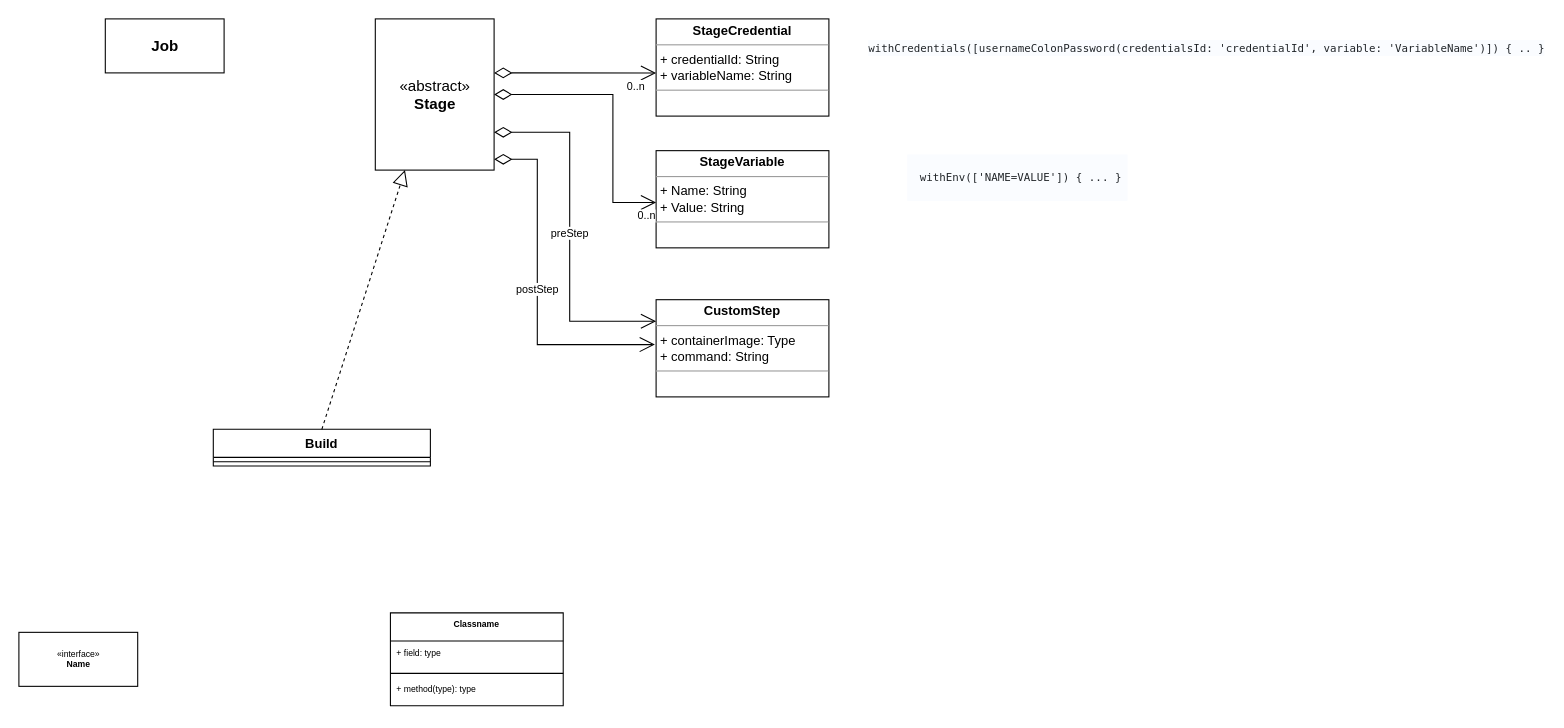
This is design/Untitled Diagram.drawio from holgpar/diagrams, a draw.io file, before an edit. Source tidied: cells renumbered, new cells numbered last; positions are measured from the earlier drawing's top-left corner, leaving out a move shared by most shapes. Both pictures are drawn from the tidied source at 108%, with x=0, y=0 at pixel (18, 18).
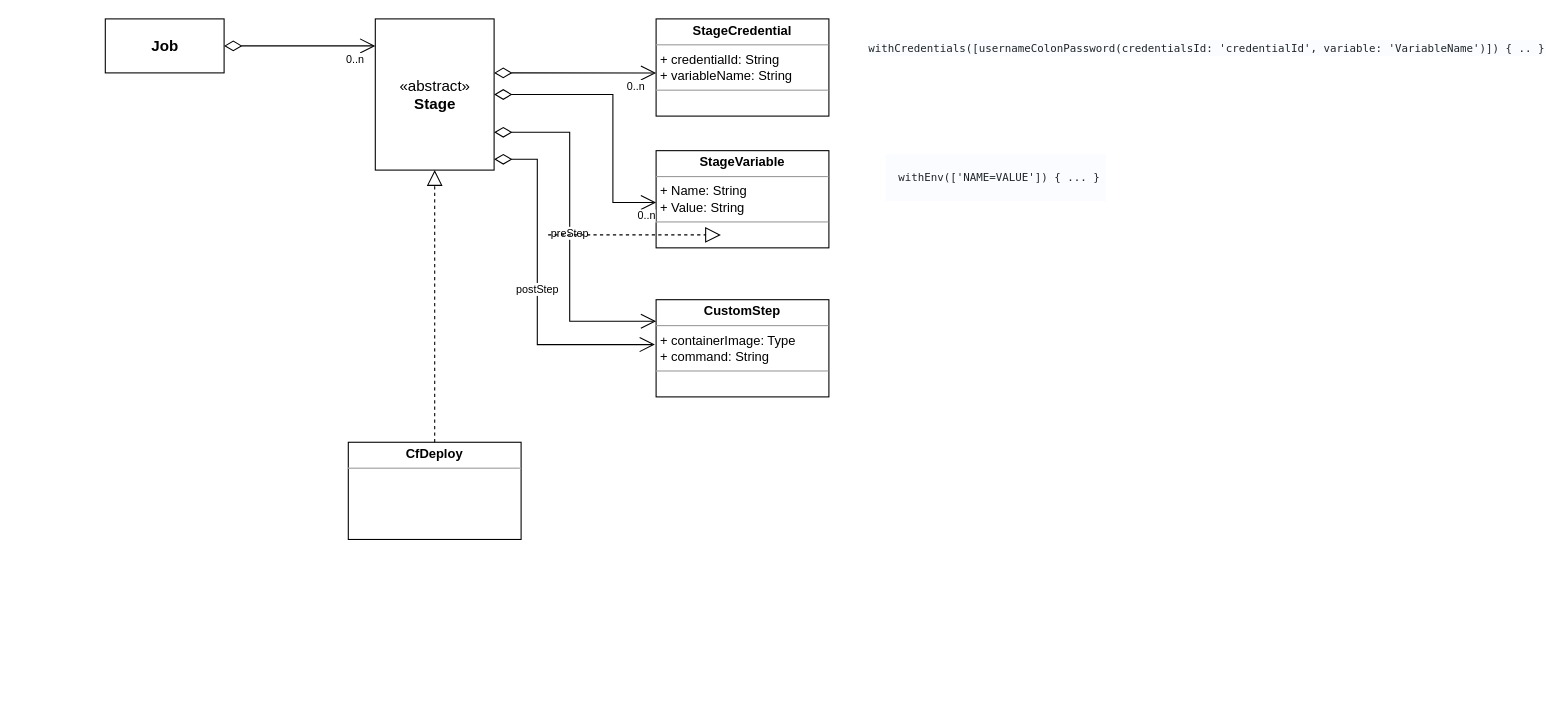
The same diagram, later.

Unchanged cells that the change refers to:
```xml
<mxCell id="11" value="«abstract»&lt;br&gt;&lt;b&gt;Stage&lt;/b&gt;" style="html=1;fontSize=14;fillColor=#FFFFFF;" parent="1" vertex="1">
  <mxGeometry x="330" width="110" height="140" as="geometry" />
</mxCell>
<mxCell id="12" value="&lt;b&gt;Job&lt;/b&gt;" style="html=1;fontSize=14;fillColor=#FFFFFF;" parent="1" vertex="1">
  <mxGeometry x="80" width="110" height="50" as="geometry" />
</mxCell>
```

Diff of the diagram source:
```diff
@@
-    <mxCell id="2" value="Build" style="swimlane;fontStyle=1;align=center;verticalAlign=top;horizontal=1;startSize=26;" parent="1" vertex="1">
-      <mxGeometry x="180" y="380" width="201" height="34" as="geometry" />
-    </mxCell>
-    <mxCell id="3" style="line;strokeWidth=1;fillColor=none;align=left;verticalAlign=middle;spacingTop=-1;spacingLeft=3;spacingRight=3;labelPosition=right;strokeColor=inherit;" parent="2" vertex="1">
-      <mxGeometry y="26" width="201" height="8" as="geometry" />
-    </mxCell>
@@
-    <mxCell id="6" value="Classname" style="swimlane;fontStyle=1;align=center;verticalAlign=top;horizontal=1;startSize=26;fontSize=8;fillColor=#FFFFFF;" parent="1" vertex="1">
-      <mxGeometry x="344" y="550" width="160" height="86" as="geometry" />
-    </mxCell>
-    <mxCell id="7" value="+ field: type" style="text;strokeColor=none;fillColor=none;align=left;verticalAlign=top;spacingLeft=4;spacingRight=4;overflow=hidden;fontSize=8;" parent="6" vertex="1">
-      <mxGeometry y="26" width="160" height="26" as="geometry" />
-    </mxCell>
-    <mxCell id="8" style="line;strokeWidth=1;fillColor=none;align=left;verticalAlign=middle;spacingTop=-1;spacingLeft=3;spacingRight=3;labelPosition=right;strokeColor=inherit;fontSize=8;" parent="6" vertex="1">
-      <mxGeometry y="52" width="160" height="8" as="geometry" />
-    </mxCell>
-    <mxCell id="9" value="+ method(type): type" style="text;strokeColor=none;fillColor=none;align=left;verticalAlign=top;spacingLeft=4;spacingRight=4;overflow=hidden;fontSize=8;" parent="6" vertex="1">
-      <mxGeometry y="60" width="160" height="26" as="geometry" />
-    </mxCell>
-    <mxCell id="10" value="&amp;laquo;interface&amp;raquo;&lt;br&gt;&lt;b&gt;Name&lt;/b&gt;" style="html=1;fontSize=8;fillColor=#FFFFFF;" parent="1" vertex="1">
-      <mxGeometry y="568" width="110" height="50" as="geometry" />
-    </mxCell>
@@
     <mxCell id="14" value="&lt;pre style=&quot;box-sizing: border-box; font-family: SFMono-Regular, Menlo, Monaco, Consolas, &amp;quot;Liberation Mono&amp;quot;, &amp;quot;Courier New&amp;quot;, monospace; margin-top: 0px; margin-bottom: 1rem; overflow: auto; color: rgb(33, 37, 41); text-align: left; background-color: rgb(250, 252, 255);&quot;&gt;&lt;code style=&quot;box-sizing: border-box; font-family: SFMono-Regular, Menlo, Monaco, Consolas, &amp;quot;Liberation Mono&amp;quot;, &amp;quot;Courier New&amp;quot;, monospace; color: inherit; word-break: normal; font-size: 10px;&quot;&gt;&lt;font style=&quot;font-size: 10px;&quot;&gt;&lt;br&gt;  withEnv(['NAME=VALUE']) { ... } &lt;br&gt; &lt;/font&gt;&lt;/code&gt;&lt;/pre&gt;" style="text;html=1;strokeColor=none;fillColor=none;align=center;verticalAlign=middle;whiteSpace=wrap;rounded=0;" parent="1" vertex="1">
-      <mxGeometry x="820" y="140" width="210" height="30" as="geometry" />
+      <mxGeometry x="800" y="140" width="210" height="30" as="geometry" />
     </mxCell>
@@
-    <mxCell id="20" style="endArrow=block;dashed=1;endFill=0;endSize=12;html=1;rounded=0;fontSize=10;entryX=0.25;entryY=1;entryDx=0;entryDy=0;exitX=0.5;exitY=0;exitDx=0;exitDy=0;" parent="1" edge="1" source="2" target="11">
-      <mxGeometry relative="1" as="geometry" />
-    </mxCell>
@@
+    <mxCell id="28" value="&lt;p style=&quot;margin:0px;margin-top:4px;text-align:center;&quot;&gt;&lt;b&gt;CfDeploy&lt;/b&gt;&lt;/p&gt;&lt;hr size=&quot;1&quot;&gt;&lt;p style=&quot;margin:0px;margin-left:4px;&quot;&gt;&lt;br&gt;&lt;/p&gt;&lt;p style=&quot;margin:0px;margin-left:4px;&quot;&gt;&lt;/p&gt;&lt;p style=&quot;margin:0px;margin-left:4px;&quot;&gt;&lt;br&gt;&lt;/p&gt;" style="verticalAlign=top;align=left;overflow=fill;fontSize=12;fontFamily=Helvetica;html=1;fillColor=#FFFFFF;" parent="1" vertex="1">
+      <mxGeometry x="305" y="392" width="160" height="90" as="geometry" />
+    </mxCell>
+    <mxCell id="29" style="endArrow=block;dashed=1;endFill=0;endSize=12;html=1;rounded=0;" parent="1" edge="1">
+      <mxGeometry relative="1" as="geometry">
+        <mxPoint x="490" y="200" as="sourcePoint" />
+        <mxPoint x="650" y="200" as="targetPoint" />
+      </mxGeometry>
+    </mxCell>
+    <mxCell id="30" style="endArrow=block;dashed=1;endFill=0;endSize=12;html=1;rounded=0;entryX=0.5;entryY=1;entryDx=0;entryDy=0;exitX=0.5;exitY=0;exitDx=0;exitDy=0;" parent="1" edge="1" source="28" target="11">
+      <mxGeometry relative="1" as="geometry" />
+    </mxCell>
+    <mxCell id="31" style="endArrow=open;html=1;endSize=12;startArrow=diamondThin;startSize=14;startFill=0;edgeStyle=orthogonalEdgeStyle;rounded=0;fontSize=10;" parent="1" edge="1" source="12">
+      <mxGeometry relative="1" as="geometry">
+        <mxPoint x="330" y="25" as="targetPoint" />
+      </mxGeometry>
+    </mxCell>
+    <mxCell id="32" style="edgeLabel;html=1;align=left;verticalAlign=top;fontSize=10;fillColor=#FFFFFF;" parent="31" vertex="1">
+      <mxGeometry x="-1" relative="1" as="geometry" />
+    </mxCell>
+    <mxCell id="33" value="0..n" style="edgeLabel;html=1;align=right;verticalAlign=top;fontSize=10;fillColor=#FFFFFF;" parent="31" vertex="1">
+      <mxGeometry x="1" relative="1" as="geometry">
+        <mxPoint x="-10" as="offset" />
+      </mxGeometry>
+    </mxCell>
```
